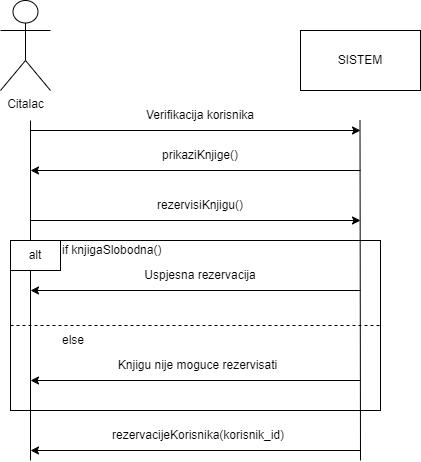
Before: docs/SSD_rezervacija.png, a diagram exported from draw.io (Balsa-Dogandzic/E-Library). Source tidied: cells renumbered, new cells last; positions are measured from the earlier drawing's top-left corner, leaving out a move shared by most shapes.
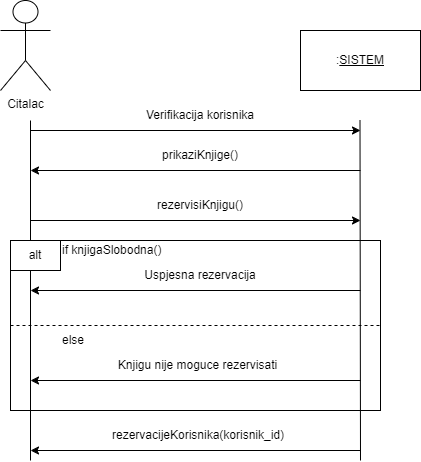
After the change.

Commit message:
Other diagrams

What changed in the source:
```diff
@@ -8,7 +8,7 @@
     <mxCell id="3" value="Citalac" style="shape=umlActor;verticalLabelPosition=bottom;verticalAlign=top;html=1;" parent="1" vertex="1">
       <mxGeometry width="50" height="90" as="geometry" />
     </mxCell>
-    <mxCell id="4" value="SISTEM" style="rounded=0;whiteSpace=wrap;html=1;" parent="1" vertex="1">
+    <mxCell id="4" value=":&lt;u&gt;SISTEM&lt;/u&gt;" style="rounded=0;whiteSpace=wrap;html=1;" parent="1" vertex="1">
       <mxGeometry x="300" y="30" width="120" height="60" as="geometry" />
     </mxCell>
     <mxCell id="5" style="endArrow=none;html=1;rounded=0;" parent="1" edge="1">
```
